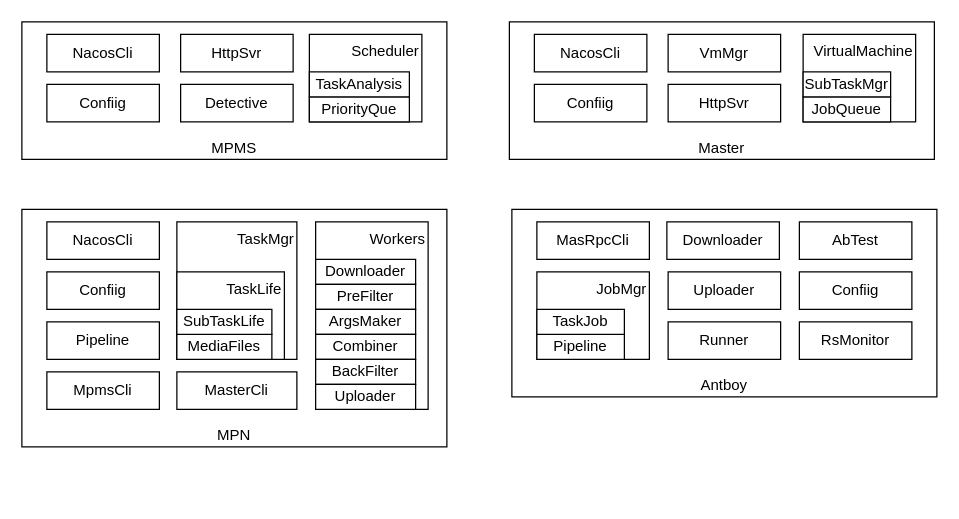
Above: page "第二层" (2 of 2) of 梧桐.drawio in zebra-min/my-design (draw.io), before the change. Source tidied: cells renumbered, new cells numbered last; positions are measured from the earlier drawing's top-left corner, leaving out a move shared by most shapes. Both pictures are drawn from the tidied source at 125%, with x=0, y=0 at pixel (21, 21).
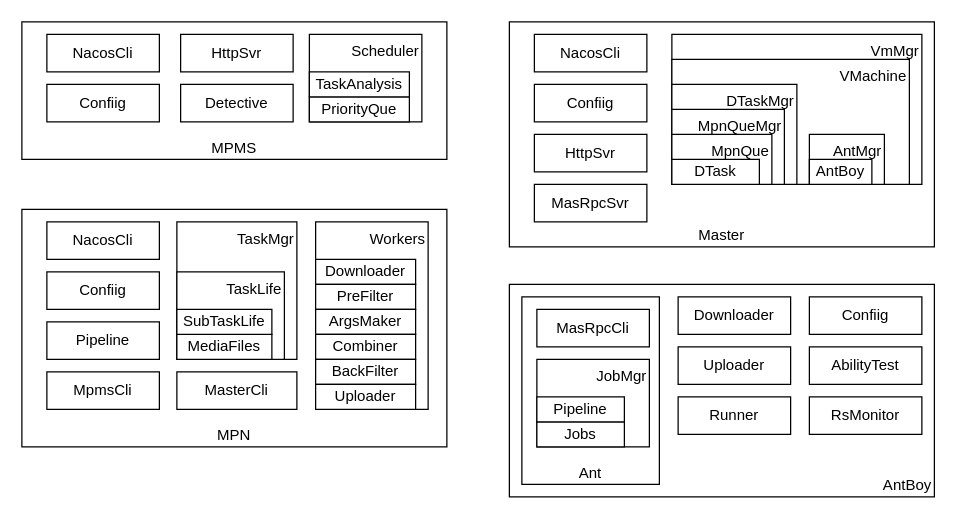
The same diagram, later.

The edit, as a diff of the source:
```diff
@@
+    <mxCell id="46" value="AntBoy" style="rounded=0;whiteSpace=wrap;html=1;verticalAlign=bottom;align=right;" parent="1" vertex="1">
+      <mxGeometry x="390" y="210" width="340" height="170" as="geometry" />
+    </mxCell>
@@
-    <mxCell id="4" value="Antboy" style="rounded=0;whiteSpace=wrap;html=1;align=center;verticalAlign=bottom;" parent="1" vertex="1">
-      <mxGeometry x="392" y="150" width="340" height="150" as="geometry" />
+    <mxCell id="4" value="Ant" style="rounded=0;whiteSpace=wrap;html=1;align=center;verticalAlign=bottom;" parent="1" vertex="1">
+      <mxGeometry x="400" y="220" width="110" height="150" as="geometry" />
     </mxCell>
     <mxCell id="5" value="MasRpcCli" style="rounded=0;whiteSpace=wrap;html=1;" parent="1" vertex="1">
-      <mxGeometry x="412" y="160" width="90" height="30" as="geometry" />
+      <mxGeometry x="412" y="230" width="90" height="30" as="geometry" />
     </mxCell>
     <mxCell id="6" value="JobMgr" style="rounded=0;whiteSpace=wrap;html=1;horizontal=1;align=right;verticalAlign=top;" parent="1" vertex="1">
-      <mxGeometry x="412" y="200" width="90" height="70" as="geometry" />
+      <mxGeometry x="412" y="270" width="90" height="70" as="geometry" />
     </mxCell>
     <mxCell id="7" value="Downloader" style="rounded=0;whiteSpace=wrap;html=1;" parent="1" vertex="1">
-      <mxGeometry x="516" y="160" width="90" height="30" as="geometry" />
+      <mxGeometry x="525" y="220" width="90" height="30" as="geometry" />
     </mxCell>
     <mxCell id="8" value="Uploader" style="rounded=0;whiteSpace=wrap;html=1;" parent="1" vertex="1">
-      <mxGeometry x="517" y="200" width="90" height="30" as="geometry" />
+      <mxGeometry x="525" y="260" width="90" height="30" as="geometry" />
     </mxCell>
-    <mxCell id="9" value="AbTest" style="rounded=0;whiteSpace=wrap;html=1;" parent="1" vertex="1">
-      <mxGeometry x="622" y="160" width="90" height="30" as="geometry" />
+    <mxCell id="9" value="AbilityTest" style="rounded=0;whiteSpace=wrap;html=1;" parent="1" vertex="1">
+      <mxGeometry x="630" y="260" width="90" height="30" as="geometry" />
     </mxCell>
     <mxCell id="10" value="Runner" style="rounded=0;whiteSpace=wrap;html=1;" parent="1" vertex="1">
-      <mxGeometry x="517" y="240" width="90" height="30" as="geometry" />
+      <mxGeometry x="525" y="300" width="90" height="30" as="geometry" />
     </mxCell>
-    <mxCell id="11" value="Pipeline" style="rounded=0;whiteSpace=wrap;html=1;" parent="1" vertex="1">
-      <mxGeometry x="412" y="250" width="70" height="20" as="geometry" />
+    <mxCell id="11" value="Jobs" style="rounded=0;whiteSpace=wrap;html=1;" parent="1" vertex="1">
+      <mxGeometry x="412" y="320" width="70" height="20" as="geometry" />
     </mxCell>
     <mxCell id="12" value="Confiig" style="rounded=0;whiteSpace=wrap;html=1;" parent="1" vertex="1">
-      <mxGeometry x="622" y="200" width="90" height="30" as="geometry" />
+      <mxGeometry x="630" y="220" width="90" height="30" as="geometry" />
     </mxCell>
     <mxCell id="13" value="RsMonitor" style="rounded=0;whiteSpace=wrap;html=1;" parent="1" vertex="1">
-      <mxGeometry x="622" y="240" width="90" height="30" as="geometry" />
+      <mxGeometry x="630" y="300" width="90" height="30" as="geometry" />
     </mxCell>
     <mxCell id="14" value="Master" style="rounded=0;whiteSpace=wrap;html=1;align=center;verticalAlign=bottom;" parent="1" vertex="1">
-      <mxGeometry x="390" width="340" height="110" as="geometry" />
+      <mxGeometry x="390" width="340" height="180" as="geometry" />
     </mxCell>
@@
     <mxCell id="17" value="HttpSvr" style="rounded=0;whiteSpace=wrap;html=1;" parent="1" vertex="1">
-      <mxGeometry x="517" y="50" width="90" height="30" as="geometry" />
+      <mxGeometry x="410" y="90" width="90" height="30" as="geometry" />
     </mxCell>
-    <mxCell id="18" value="VmMgr" style="rounded=0;whiteSpace=wrap;html=1;" parent="1" vertex="1">
-      <mxGeometry x="517" y="10" width="90" height="30" as="geometry" />
-    </mxCell>
-    <mxCell id="19" value="VirtualMachine" style="rounded=0;whiteSpace=wrap;html=1;horizontal=1;align=right;verticalAlign=top;" parent="1" vertex="1">
-      <mxGeometry x="625" y="10" width="90" height="70" as="geometry" />
+    <mxCell id="19" value="VmMgr" style="rounded=0;whiteSpace=wrap;html=1;horizontal=1;align=right;verticalAlign=top;" parent="1" vertex="1">
+      <mxGeometry x="520" y="10" width="200" height="120" as="geometry" />
     </mxCell>
-    <mxCell id="20" value="JobQueue" style="rounded=0;whiteSpace=wrap;html=1;" parent="1" vertex="1">
-      <mxGeometry x="625" y="60" width="70" height="20" as="geometry" />
-    </mxCell>
@@
-    <mxCell id="31" value="TaskJob" style="rounded=0;whiteSpace=wrap;html=1;" parent="1" vertex="1">
-      <mxGeometry x="412" y="230" width="70" height="20" as="geometry" />
+    <mxCell id="31" value="Pipeline" style="rounded=0;whiteSpace=wrap;html=1;" parent="1" vertex="1">
+      <mxGeometry x="412" y="300" width="70" height="20" as="geometry" />
     </mxCell>
@@
-    <mxCell id="37" value="SubTaskMgr" style="rounded=0;whiteSpace=wrap;html=1;" parent="1" vertex="1">
-      <mxGeometry x="625" y="40" width="70" height="20" as="geometry" />
-    </mxCell>
@@
+    <mxCell id="47" value="VMachine" style="rounded=0;whiteSpace=wrap;html=1;verticalAlign=top;align=right;" parent="1" vertex="1">
+      <mxGeometry x="520" y="30" width="190" height="100" as="geometry" />
+    </mxCell>
@@
+    <mxCell id="48" value="MasRpcSvr" style="rounded=0;whiteSpace=wrap;html=1;" parent="1" vertex="1">
+      <mxGeometry x="410" y="130" width="90" height="30" as="geometry" />
+    </mxCell>
+    <mxCell id="49" value="DTaskMgr" style="rounded=0;whiteSpace=wrap;html=1;verticalAlign=top;align=right;" parent="1" vertex="1">
+      <mxGeometry x="520" y="50" width="100" height="80" as="geometry" />
+    </mxCell>
+    <mxCell id="50" value="MpnQueMgr" style="rounded=0;whiteSpace=wrap;html=1;verticalAlign=top;align=right;" parent="1" vertex="1">
+      <mxGeometry x="520" y="70" width="90" height="60" as="geometry" />
+    </mxCell>
+    <mxCell id="37" value="MpnQue" style="rounded=0;whiteSpace=wrap;html=1;verticalAlign=top;align=right;" parent="1" vertex="1">
+      <mxGeometry x="520" y="90" width="80" height="40" as="geometry" />
+    </mxCell>
+    <mxCell id="20" value="DTask" style="rounded=0;whiteSpace=wrap;html=1;" parent="1" vertex="1">
+      <mxGeometry x="520" y="110" width="70" height="20" as="geometry" />
+    </mxCell>
+    <mxCell id="51" value="AntMgr" style="rounded=0;whiteSpace=wrap;html=1;verticalAlign=top;align=right;" parent="1" vertex="1">
+      <mxGeometry x="630" y="90" width="60" height="40" as="geometry" />
+    </mxCell>
+    <mxCell id="52" value="AntBoy" style="rounded=0;whiteSpace=wrap;html=1;" parent="1" vertex="1">
+      <mxGeometry x="630" y="110" width="50" height="20" as="geometry" />
+    </mxCell>
```
